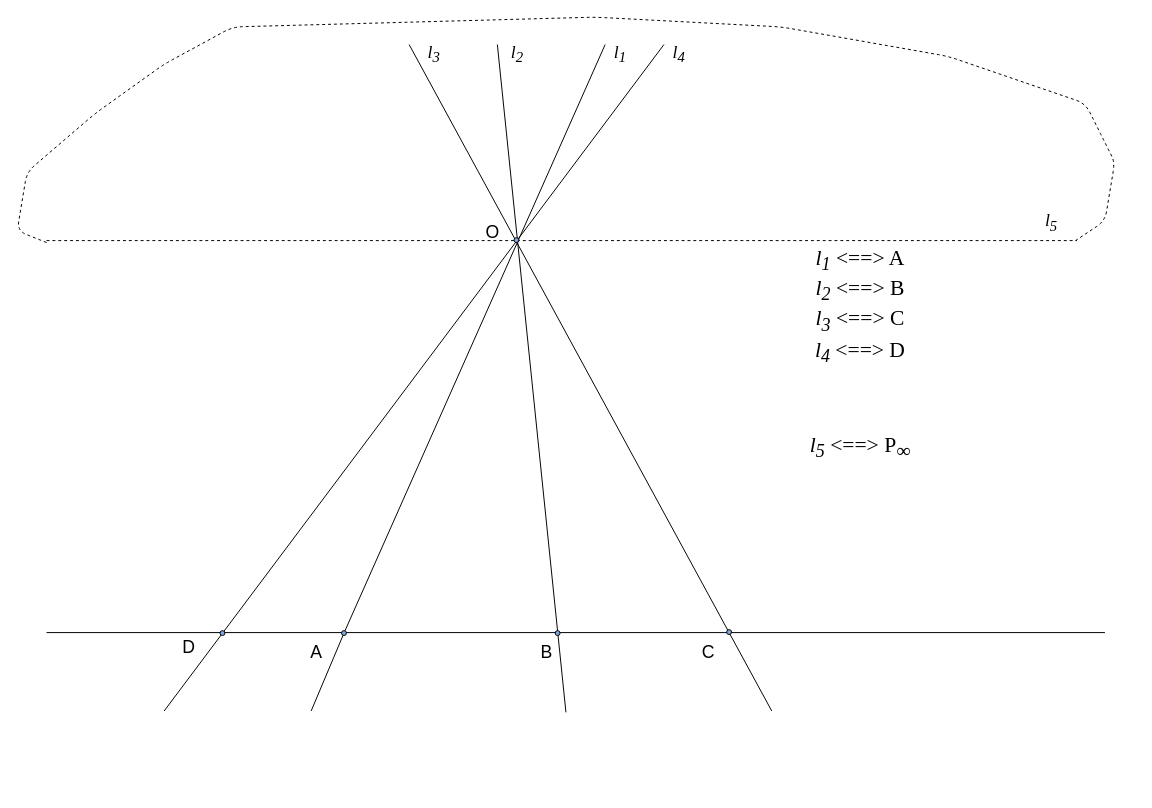
Above: page "p08" (8 of 18) of slides/proj.drawio in amcp-pit/geom_course (draw.io), before the change. Source tidied: cells renumbered, new cells numbered last; positions are measured from the earlier drawing's top-left corner, leaving out a move shared by most shapes. Both pictures are drawn from the tidied source at 98%, with x=0, y=0 at pixel (17, 17).
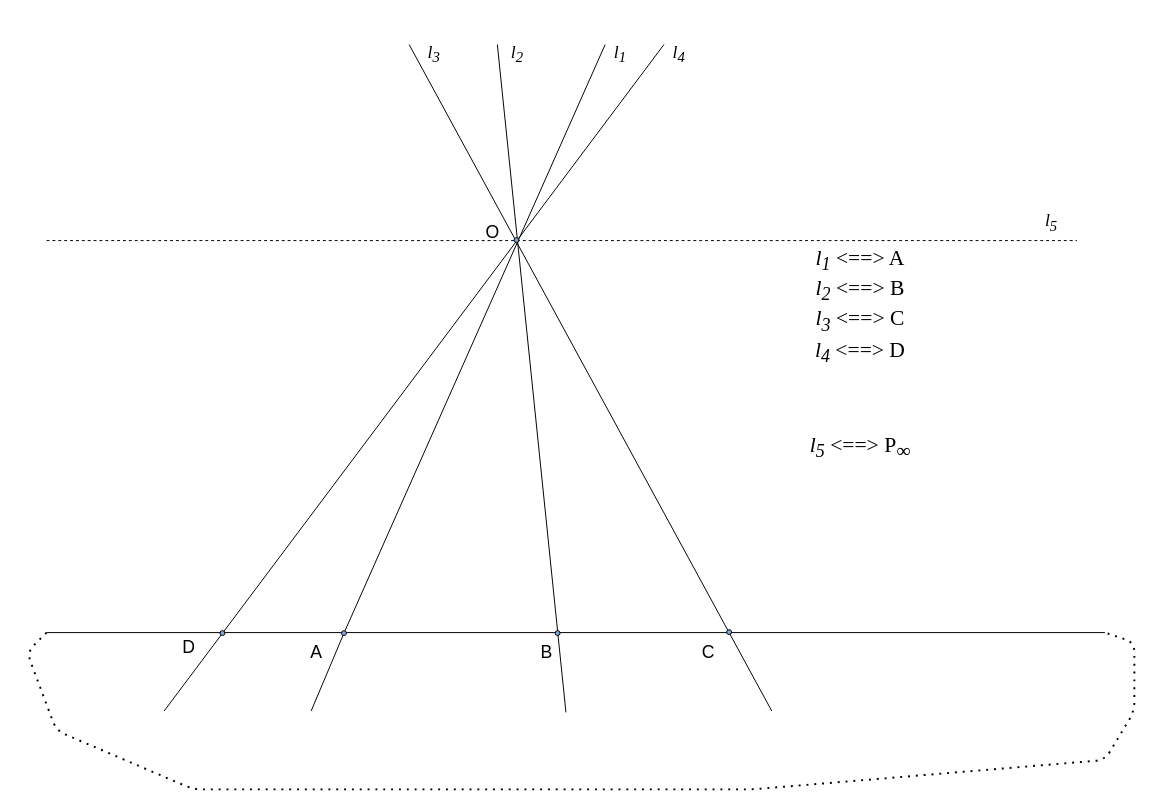
After the change.

Change to the diagram source:
```diff
@@
-    <mxCell id="26" style="endArrow=none;dashed=1;html=1;strokeWidth=1;" parent="1" edge="1">
-      <mxGeometry relative="1" as="geometry">
-        <mxPoint x="30" y="230" as="sourcePoint" />
-        <mxPoint x="1080" y="228" as="targetPoint" />
-        <Array as="points">
-          <mxPoint y="218" />
-          <mxPoint x="10" y="158" />
-          <mxPoint x="80" y="98" />
-          <mxPoint x="150" y="48" />
-          <mxPoint x="220" y="10" />
-          <mxPoint x="590" />
-          <mxPoint x="780" y="10" />
-          <mxPoint x="950" y="40" />
-          <mxPoint x="1090" y="88" />
-          <mxPoint x="1110" y="128" />
-          <mxPoint x="1120" y="148" />
-          <mxPoint x="1110" y="208" />
-        </Array>
-      </mxGeometry>
-    </mxCell>
+    <mxCell id="27" style="endArrow=none;dashed=1;html=1;dashPattern=1 3;strokeWidth=2;" parent="1" edge="1">
+      <mxGeometry relative="1" as="geometry">
+        <mxPoint x="30" y="628" as="sourcePoint" />
+        <mxPoint x="1110" y="628" as="targetPoint" />
+        <Array as="points">
+          <mxPoint x="10" y="648" />
+          <mxPoint x="40" y="728" />
+          <mxPoint x="180" y="788" />
+          <mxPoint x="750" y="788" />
+          <mxPoint x="1110" y="758" />
+          <mxPoint x="1140" y="708" />
+          <mxPoint x="1140" y="638" />
+        </Array>
+      </mxGeometry>
+    </mxCell>
```
